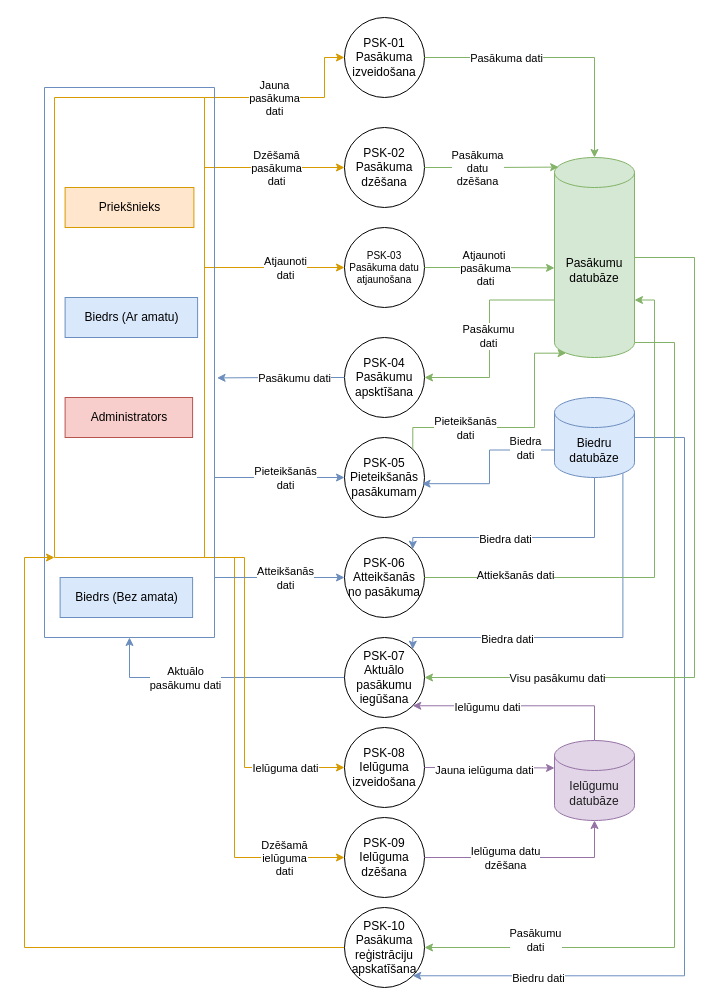
The draw.io diagram page "2.limena_PSK_DPD" (4 of 10) of Documentation/DiagramData/LSGCO_IS_DIAGRAMS.drawio in JekabsVanags/LSGCO_IS, before the edit. Source tidied: cells renumbered, new cells numbered last; positions are measured from the earlier drawing's top-left corner, leaving out a move shared by most shapes. Both pictures are drawn from the tidied source at 100%, with x=0, y=0 at pixel (24, 17).
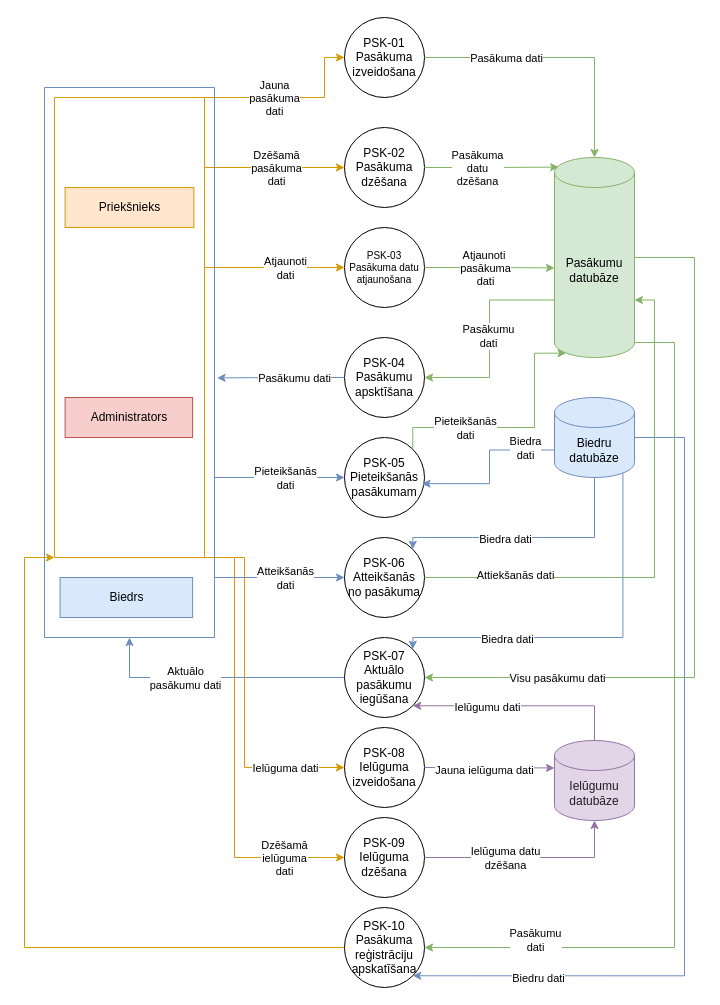
The same page after the edit.

The change refers to these unchanged cells:
```xml
<mxCell id="40" style="swimlane;startSize=0;fillColor=#dae8fc;strokeColor=#6c8ebf;" parent="1" vertex="1">
  <mxGeometry x="20" y="70" width="170" height="550" as="geometry" />
</mxCell>
```

Diff of the diagram source:
```diff
@@
-    <mxCell id="43" value="Biedrs (Bez amata)" style="rounded=0;whiteSpace=wrap;html=1;fillColor=#dae8fc;strokeColor=#6c8ebf;labelBackgroundColor=none;fontColor=#000000;" parent="40" vertex="1">
+    <mxCell id="43" value="Biedrs" style="rounded=0;whiteSpace=wrap;html=1;fillColor=#dae8fc;strokeColor=#6c8ebf;labelBackgroundColor=none;fontColor=#000000;" parent="40" vertex="1">
       <mxGeometry x="15.6" y="490" width="132.5" height="40" as="geometry" />
     </mxCell>
-    <mxCell id="44" value="Biedrs (Ar amatu)" style="rounded=0;whiteSpace=wrap;html=1;fillColor=#dae8fc;strokeColor=#6c8ebf;labelBackgroundColor=none;fontColor=#000000;" parent="40" vertex="1">
-      <mxGeometry x="20.6" y="210" width="132.5" height="40" as="geometry" />
-    </mxCell>
```
